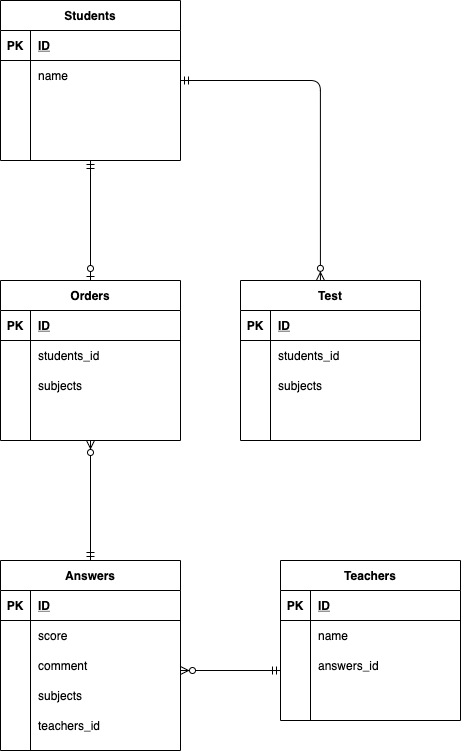
The draw.io diagram index.drawio.png in pcrmckp/table_design, before a commit. Source tidied: cells renumbered, new cells last; positions are measured from the earlier drawing's top-left corner, leaving out a move shared by most shapes.
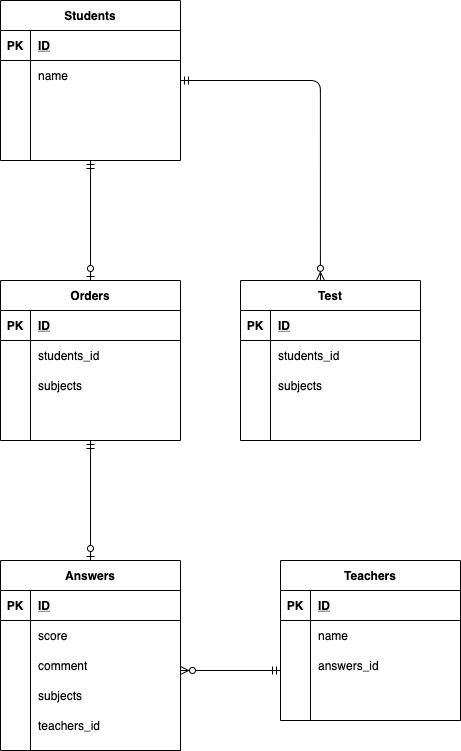
The same diagram one commit later.

Diff of the diagram source:
```diff
@@ -172,11 +172,6 @@
         <mxPoint x="180" y="670" as="targetPoint" />
       </mxGeometry>
     </mxCell>
-    <mxCell id="58" style="fontSize=12;html=1;endArrow=ERzeroToMany;startArrow=ERmandOne;entryX=0.5;entryY=1;entryDx=0;entryDy=0;" parent="1" edge="1" target="28">
-      <mxGeometry relative="1" as="geometry">
-        <mxPoint x="90" y="560" as="sourcePoint" />
-      </mxGeometry>
-    </mxCell>
     <mxCell id="59" style="fontSize=12;html=1;endArrow=ERzeroToOne;startArrow=ERmandOne;entryX=0.5;entryY=0;entryDx=0;entryDy=0;exitX=0.5;exitY=1;exitDx=0;exitDy=0;" parent="1" edge="1" source="2" target="28">
       <mxGeometry relative="1" as="geometry" />
     </mxCell>
@@ -224,5 +219,8 @@
         <mxPoint x="180" y="80" as="sourcePoint" />
       </mxGeometry>
     </mxCell>
+    <mxCell id="74" style="fontSize=12;html=1;endArrow=ERzeroToOne;startArrow=ERmandOne;exitX=0.5;exitY=1;exitDx=0;exitDy=0;entryX=0.5;entryY=0;entryDx=0;entryDy=0;" parent="1" edge="1" source="28" target="41">
+      <mxGeometry relative="1" as="geometry" />
+    </mxCell>
   </root>
 </mxGraphModel>
```
